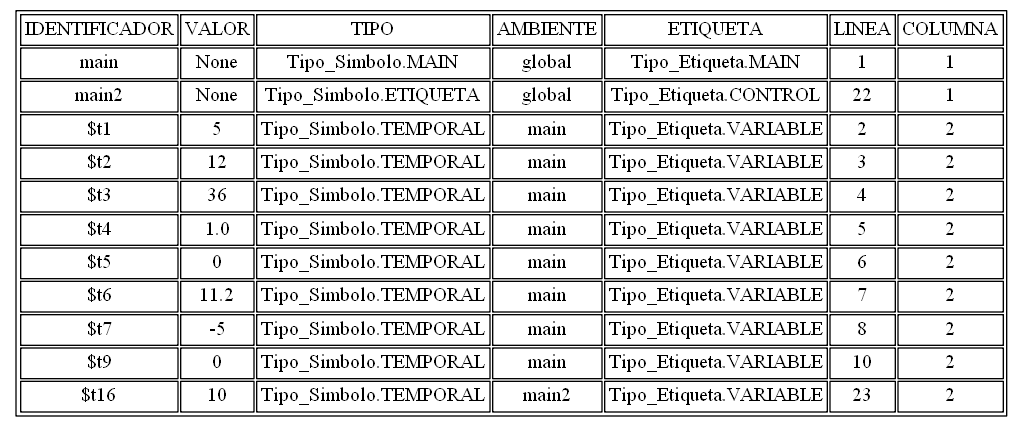
This is tablasimbolos.png from AndreeAvalos/OLC2-AUGUS, a Graphviz export, as it was before one commit. Its source is kept beside it as tablasimbolos.dot.
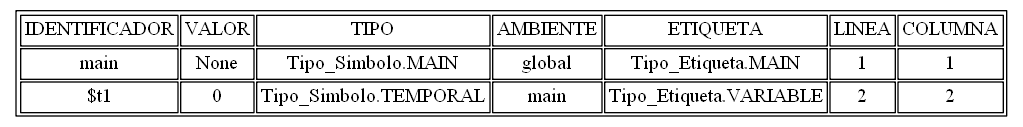
The same file after the commit.

Diff of the diagram source:
```diff
@@ -4,16 +4,7 @@
 arset [label=<<TABLE ALIGN="LEFT">
 <TR><TD>IDENTIFICADOR</TD><TD>VALOR</TD><TD>TIPO</TD><TD>AMBIENTE</TD><TD>ETIQUETA</TD><TD>LINEA</TD><TD>COLUMNA</TD></TR>
 <TR><TD>main</TD><TD>None</TD><TD>Tipo_Simbolo.MAIN</TD><TD>global</TD><TD>Tipo_Etiqueta.MAIN</TD><TD>1</TD><TD>1</TD></TR>
-<TR><TD>main2</TD><TD>None</TD><TD>Tipo_Simbolo.ETIQUETA</TD><TD>global</TD><TD>Tipo_Etiqueta.CONTROL</TD><TD>22</TD><TD>1</TD></TR>
-<TR><TD>$t1</TD><TD>5</TD><TD>Tipo_Simbolo.TEMPORAL</TD><TD>main</TD><TD>Tipo_Etiqueta.VARIABLE</TD><TD>2</TD><TD>2</TD></TR>
-<TR><TD>$t2</TD><TD>12</TD><TD>Tipo_Simbolo.TEMPORAL</TD><TD>main</TD><TD>Tipo_Etiqueta.VARIABLE</TD><TD>3</TD><TD>2</TD></TR>
-<TR><TD>$t3</TD><TD>36</TD><TD>Tipo_Simbolo.TEMPORAL</TD><TD>main</TD><TD>Tipo_Etiqueta.VARIABLE</TD><TD>4</TD><TD>2</TD></TR>
-<TR><TD>$t4</TD><TD>1.0</TD><TD>Tipo_Simbolo.TEMPORAL</TD><TD>main</TD><TD>Tipo_Etiqueta.VARIABLE</TD><TD>5</TD><TD>2</TD></TR>
-<TR><TD>$t5</TD><TD>0</TD><TD>Tipo_Simbolo.TEMPORAL</TD><TD>main</TD><TD>Tipo_Etiqueta.VARIABLE</TD><TD>6</TD><TD>2</TD></TR>
-<TR><TD>$t6</TD><TD>11.2</TD><TD>Tipo_Simbolo.TEMPORAL</TD><TD>main</TD><TD>Tipo_Etiqueta.VARIABLE</TD><TD>7</TD><TD>2</TD></TR>
-<TR><TD>$t7</TD><TD>-5</TD><TD>Tipo_Simbolo.TEMPORAL</TD><TD>main</TD><TD>Tipo_Etiqueta.VARIABLE</TD><TD>8</TD><TD>2</TD></TR>
-<TR><TD>$t9</TD><TD>0</TD><TD>Tipo_Simbolo.TEMPORAL</TD><TD>main</TD><TD>Tipo_Etiqueta.VARIABLE</TD><TD>10</TD><TD>2</TD></TR>
-<TR><TD>$t16</TD><TD>10</TD><TD>Tipo_Simbolo.TEMPORAL</TD><TD>main2</TD><TD>Tipo_Etiqueta.VARIABLE</TD><TD>23</TD><TD>2</TD></TR>
+<TR><TD>$t1</TD><TD>0</TD><TD>Tipo_Simbolo.TEMPORAL</TD><TD>main</TD><TD>Tipo_Etiqueta.VARIABLE</TD><TD>2</TD><TD>2</TD></TR>
 </TABLE>
 >, ];
 }
```
